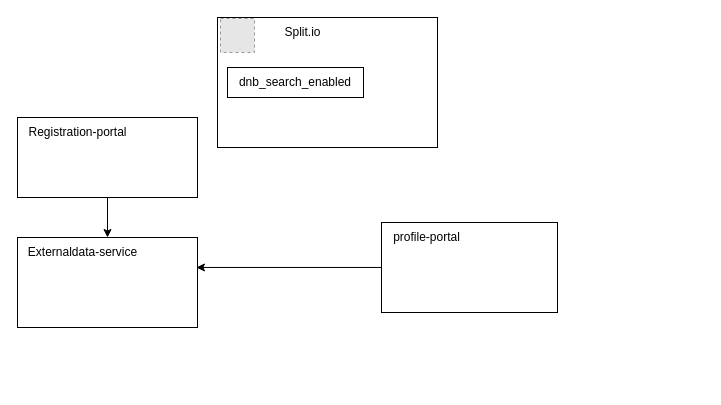
Earlier version of the draw.io diagram page "Page-5" (5 of 8) of DNB.drawio (huangshijie/Drawio). Source tidied: cells renumbered, new cells numbered last; positions are measured from the earlier drawing's top-left corner, leaving out a move shared by most shapes. Both pictures are drawn from the tidied source at 100%, with x=0, y=0 at pixel (17, 17). Pictures stored in the file or linked from it are replaced by grey dashed boxes.
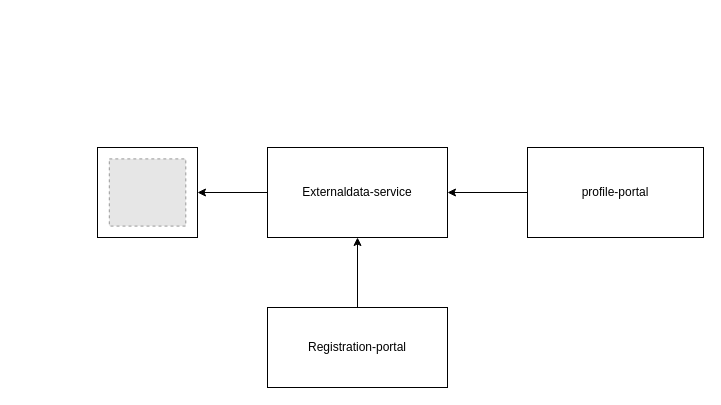
The same diagram, later.

Change to the diagram source:
```diff
@@
 <mxGraphModel>
   <root>
     <mxCell id="0" />
     <mxCell id="1" parent="0" />
+    <mxCell id="14" style="edgeStyle=orthogonalEdgeStyle;rounded=0;jettySize=auto;html=1;" parent="1" edge="1" source="2" target="5">
+      <mxGeometry relative="1" as="geometry" />
+    </mxCell>
-    <mxCell id="2" style="rounded=0;whiteSpace=wrap;html=1;" parent="1" vertex="1">
-      <mxGeometry y="220" width="180" height="90" as="geometry" />
+    <mxCell id="2" value="Externaldata-service" style="rounded=0;whiteSpace=wrap;html=1;" parent="1" vertex="1">
+      <mxGeometry x="250" y="130" width="180" height="90" as="geometry" />
     </mxCell>
-    <mxCell id="3" style="edgeStyle=orthogonalEdgeStyle;rounded=0;jettySize=auto;html=1;entryX=0.994;entryY=0.333;entryDx=0;entryDy=0;entryPerimeter=0;" parent="1" edge="1" source="4" target="2">
+    <mxCell id="3" style="edgeStyle=orthogonalEdgeStyle;rounded=0;jettySize=auto;html=1;entryX=1;entryY=0.5;entryDx=0;entryDy=0;" parent="1" edge="1" source="4" target="2">
       <mxGeometry relative="1" as="geometry" />
     </mxCell>
-    <mxCell id="4" style="rounded=0;whiteSpace=wrap;html=1;" parent="1" vertex="1">
-      <mxGeometry x="364" y="205" width="176" height="90" as="geometry" />
+    <mxCell id="4" value="profile-portal" style="rounded=0;whiteSpace=wrap;html=1;" parent="1" vertex="1">
+      <mxGeometry x="510" y="130" width="176" height="90" as="geometry" />
     </mxCell>
-    <mxCell id="5" style="rounded=0;whiteSpace=wrap;html=1;" parent="1" vertex="1">
-      <mxGeometry x="200" width="220" height="130" as="geometry" />
-    </mxCell>
     <mxCell id="6" style="edgeStyle=orthogonalEdgeStyle;rounded=0;jettySize=auto;html=1;" parent="1" edge="1" source="7" target="2">
       <mxGeometry relative="1" as="geometry" />
     </mxCell>
-    <mxCell id="7" style="rounded=0;whiteSpace=wrap;html=1;" parent="1" vertex="1">
-      <mxGeometry y="100" width="180" height="80" as="geometry" />
+    <mxCell id="7" value="Registration-portal" style="rounded=0;whiteSpace=wrap;html=1;" parent="1" vertex="1">
+      <mxGeometry x="250" y="290" width="180" height="80" as="geometry" />
     </mxCell>
-    <mxCell id="8" value="Externaldata-service" style="text;html=1;align=center;verticalAlign=middle;strokeColor=none;fillColor=none;" parent="1" vertex="1">
-      <mxGeometry y="220" width="130" height="30" as="geometry" />
-    </mxCell>
-    <mxCell id="9" value="Registration-portal" style="text;html=1;align=center;verticalAlign=middle;strokeColor=none;fillColor=none;" parent="1" vertex="1">
-      <mxGeometry y="100" width="120" height="30" as="geometry" />
-    </mxCell>
-    <mxCell id="10" value="profile-portal" style="text;html=1;align=center;verticalAlign=middle;strokeColor=none;fillColor=none;" parent="1" vertex="1">
-      <mxGeometry x="364" y="205" width="90" height="30" as="geometry" />
-    </mxCell>
-    <mxCell id="11" value="Split.io" style="text;html=1;align=center;verticalAlign=middle;strokeColor=none;fillColor=none;" parent="1" vertex="1">
-      <mxGeometry x="255" width="60" height="30" as="geometry" />
-    </mxCell>
-    <mxCell id="12" style="fillColor=#E6E6E6;strokeColor=#999999;dashed=1;verticalLabelPosition=bottom;labelBackgroundColor=default;verticalAlign=top;" parent="1" vertex="1">
-      <mxGeometry x="203" y="1" width="34" height="34" as="geometry" />
-    </mxCell>
-    <mxCell id="13" value="dnb_search_enabled" style="rounded=0;whiteSpace=wrap;html=1;" parent="1" vertex="1">
-      <mxGeometry x="210" y="50" width="136" height="30" as="geometry" />
-    </mxCell>
+    <mxCell id="15" style="group;" parent="1" vertex="1">
+      <mxGeometry x="80" y="130" width="100" height="90" as="geometry" />
+    </mxCell>
+    <mxCell id="5" style="rounded=0;whiteSpace=wrap;html=1;" parent="15" vertex="1">
+      <mxGeometry width="100" height="90" as="geometry" />
+    </mxCell>
+    <mxCell id="16" style="fillColor=#E6E6E6;strokeColor=#999999;dashed=1;verticalLabelPosition=bottom;labelBackgroundColor=default;verticalAlign=top;" parent="15" vertex="1">
+      <mxGeometry x="11.8" y="11.4" width="76.5" height="67.2" as="geometry" />
+    </mxCell>
   </root>
 </mxGraphModel>
```
